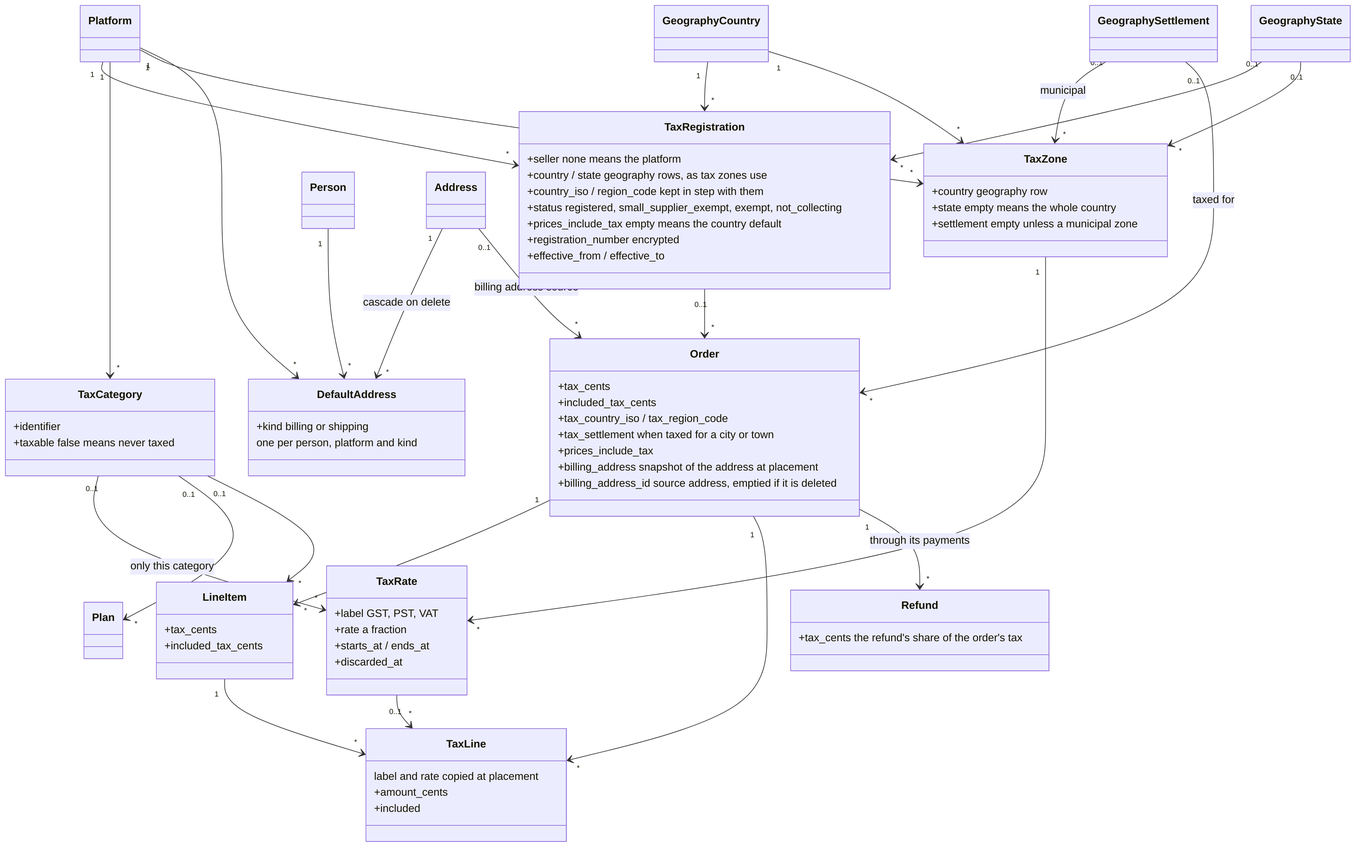
Above: docs/diagrams/exports/png/billing_tax_model.png in better-together-org/community-engine-rails (Mermaid), before the change. Its source is kept beside it as docs/diagrams/source/billing_tax_model.mmd.
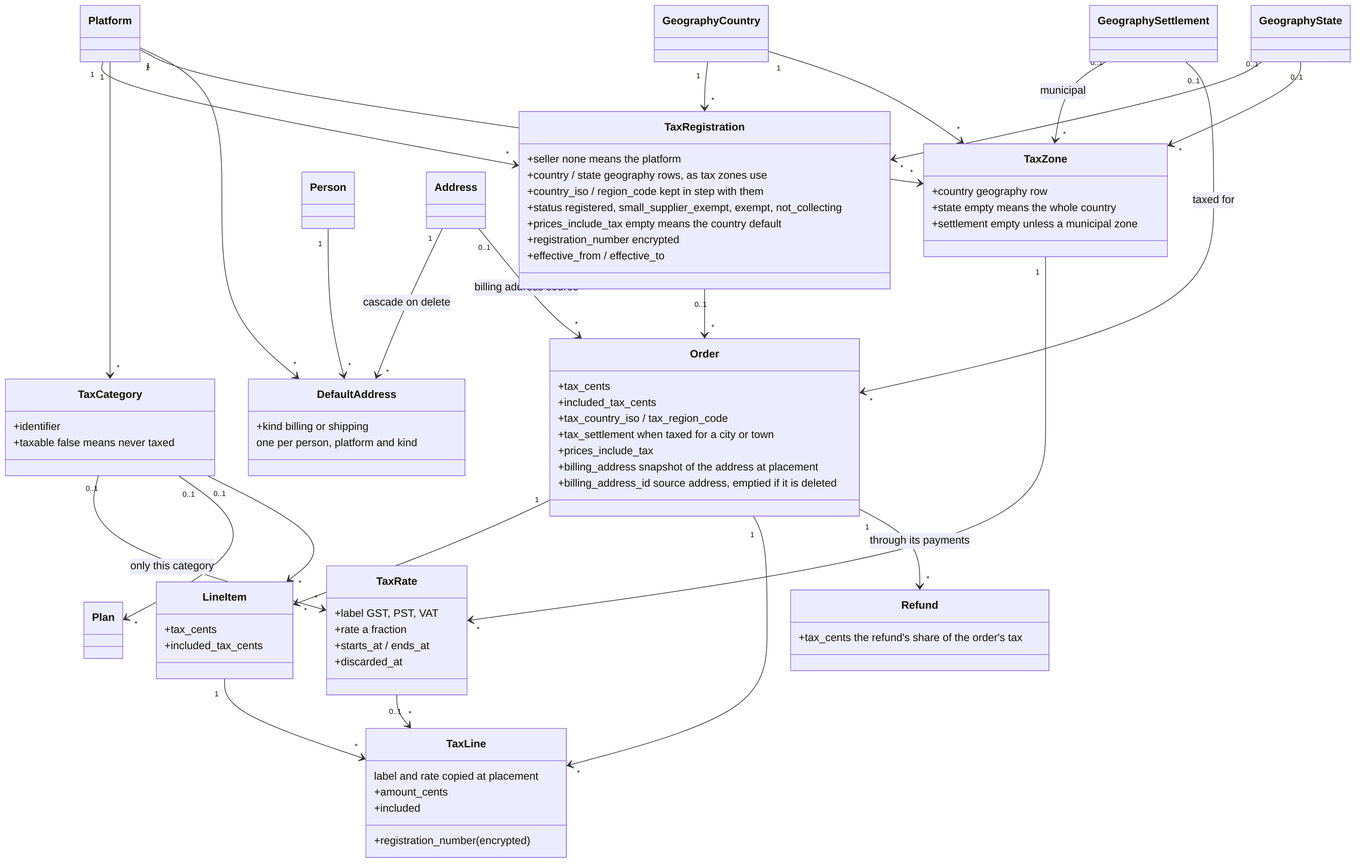
Above is the later version.

The edit, as a diff of the source:
```diff
@@ -27,6 +27,7 @@
     label and rate copied at placement
     +amount_cents
     +included
+    +registration_number (encrypted)
   }
   class Order {
     +tax_cents
```
